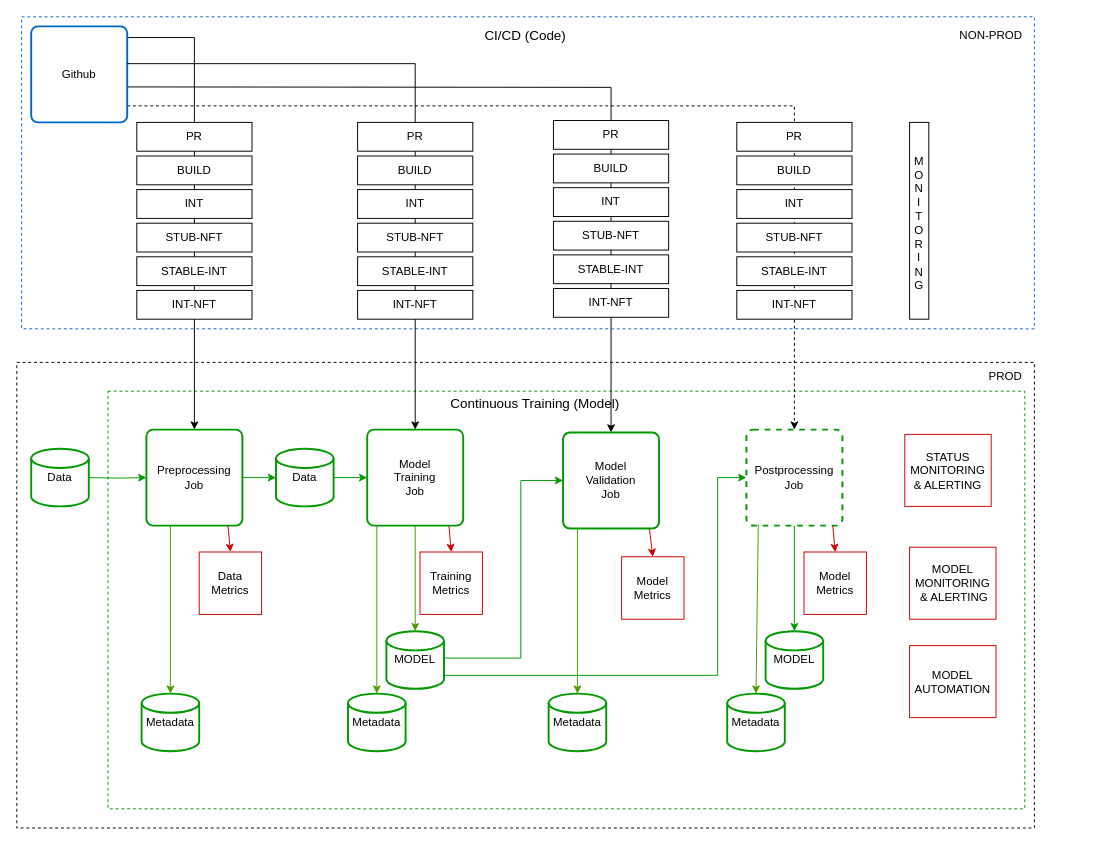
adriangay/my-drawio-diagrams keeps this draw.io diagram as mlops-concepts-cdct.drawio. Above is the earlier version. Source tidied: cells renumbered, new cells numbered last; positions are measured from the earlier drawing's top-left corner, leaving out a move shared by most shapes. Both pictures are drawn from the tidied source at 96%, with x=0, y=0 at pixel (16, 16).
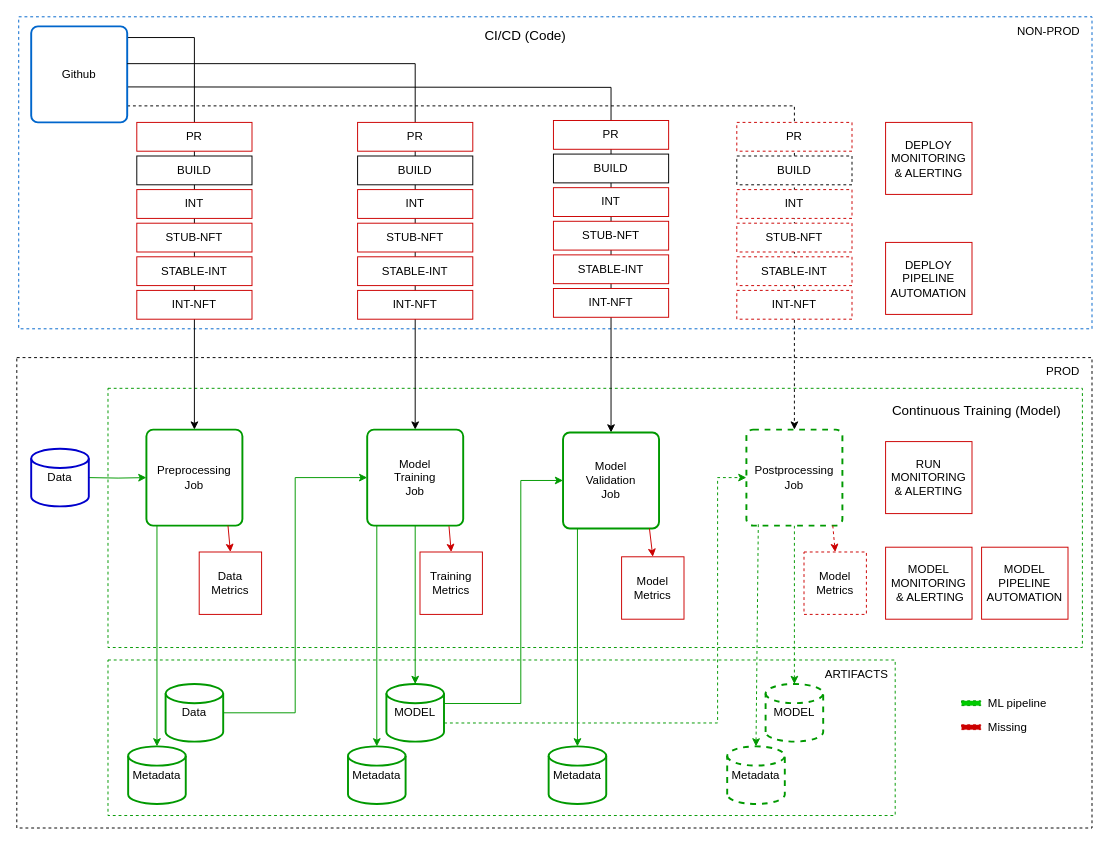
Above is the later version.

Unchanged cells that the change refers to:
```xml
<mxCell id="13" value="Preprocessing&lt;br&gt;Job" style="rounded=1;whiteSpace=wrap;html=1;absoluteArcSize=1;arcSize=14;strokeWidth=2;strokeColor=#009900;" parent="1" vertex="1">
  <mxGeometry x="135" y="430" width="100" height="100" as="geometry" />
</mxCell>
<mxCell id="16" value="Model&lt;br&gt;Training&lt;br&gt;Job" style="rounded=1;whiteSpace=wrap;html=1;absoluteArcSize=1;arcSize=14;strokeWidth=2;strokeColor=#009900;" parent="1" vertex="1">
  <mxGeometry x="365" y="430" width="100" height="100" as="geometry" />
</mxCell>
<mxCell id="17" value="Model&lt;br&gt;Validation&lt;br&gt;Job" style="rounded=1;whiteSpace=wrap;html=1;absoluteArcSize=1;arcSize=14;strokeWidth=2;strokeColor=#009900;" parent="1" vertex="1">
  <mxGeometry x="569" y="433" width="100" height="100" as="geometry" />
</mxCell>
<mxCell id="19" value="Postprocessing&lt;br&gt;Job" style="rounded=1;whiteSpace=wrap;html=1;absoluteArcSize=1;arcSize=14;strokeWidth=2;dashed=1;strokeColor=#009900;" parent="1" vertex="1">
  <mxGeometry x="760" y="430" width="100" height="100" as="geometry" />
</mxCell>
```

Change to the diagram source:
```diff
@@
     <mxCell id="2" style="rounded=0;whiteSpace=wrap;html=1;fillColor=none;dashed=1;" parent="1" vertex="1">
-      <mxGeometry y="360" width="1060" height="485" as="geometry" />
+      <mxGeometry y="355" width="1120" height="490" as="geometry" />
     </mxCell>
+    <mxCell id="74" style="rounded=0;whiteSpace=wrap;html=1;fillColor=none;dashed=1;strokeColor=#009900;" parent="1" vertex="1">
+      <mxGeometry x="95" y="670" width="820" height="162" as="geometry" />
+    </mxCell>
+    <mxCell id="7" style="rounded=0;whiteSpace=wrap;html=1;strokeColor=#0066CC;fillColor=none;dashed=1;" parent="1" vertex="1">
+      <mxGeometry x="2" width="1118" height="325" as="geometry" />
+    </mxCell>
     <mxCell id="3" style="rounded=0;whiteSpace=wrap;html=1;fillColor=none;dashed=1;strokeColor=#009900;" parent="1" vertex="1">
-      <mxGeometry x="95" y="390" width="955" height="435" as="geometry" />
+      <mxGeometry x="95" y="387" width="1015" height="270" as="geometry" />
     </mxCell>
     <mxCell id="4" value="&lt;span style=&quot;white-space: normal&quot;&gt;MODEL&lt;/span&gt;&lt;br style=&quot;white-space: normal&quot;&gt;&lt;span style=&quot;white-space: normal&quot;&gt;MONITORING&lt;/span&gt;&lt;br style=&quot;white-space: normal&quot;&gt;&lt;span style=&quot;white-space: normal&quot;&gt;&amp;nbsp;&amp;amp; ALERTING&lt;/span&gt;" style="rounded=0;whiteSpace=wrap;html=1;strokeColor=#CC0000;" parent="1" vertex="1">
-      <mxGeometry x="930" y="552.5" width="90" height="75" as="geometry" />
+      <mxGeometry x="905" y="552.5" width="90" height="75" as="geometry" />
     </mxCell>
-    <mxCell id="5" value="M&lt;br&gt;O&lt;br&gt;N&lt;br&gt;I&lt;br&gt;T&lt;br&gt;O&lt;br&gt;R&lt;br&gt;I&lt;br&gt;N&lt;br&gt;G" style="text;html=1;strokeColor=none;fillColor=none;align=center;verticalAlign=middle;whiteSpace=wrap;rounded=0;" parent="1" vertex="1">
-      <mxGeometry x="930" y="110" width="20" height="210" as="geometry" />
-    </mxCell>
@@
-    <mxCell id="7" style="rounded=0;whiteSpace=wrap;html=1;strokeColor=#0066CC;fillColor=none;dashed=1;" parent="1" vertex="1">
-      <mxGeometry x="5" width="1055" height="325" as="geometry" />
-    </mxCell>
@@
-    <mxCell id="12" style="edgeStyle=orthogonalEdgeStyle;rounded=0;jettySize=auto;html=1;exitX=1;exitY=0.5;exitDx=0;exitDy=0;entryX=0;entryY=0.5;entryDx=0;entryDy=0;strokeColor=#009900;entryPerimeter=0;" parent="1" edge="1" source="13" target="48">
-      <mxGeometry relative="1" as="geometry" />
-    </mxCell>
@@
-    <mxCell id="15" style="edgeStyle=orthogonalEdgeStyle;rounded=0;jettySize=auto;html=1;exitX=0.5;exitY=1;exitDx=0;exitDy=0;entryX=0.5;entryY=0;entryDx=0;entryDy=0;entryPerimeter=0;startArrow=none;startFill=0;endArrow=classic;endFill=1;strokeColor=#4D9900;" parent="1" edge="1" source="16" target="51">
+    <mxCell id="15" style="edgeStyle=orthogonalEdgeStyle;rounded=0;jettySize=auto;html=1;exitX=0.5;exitY=1;exitDx=0;exitDy=0;entryX=0.5;entryY=0;entryDx=0;entryDy=0;entryPerimeter=0;startArrow=none;startFill=0;endArrow=classic;endFill=1;strokeColor=#009900;" parent="1" edge="1" source="16" target="51">
       <mxGeometry relative="1" as="geometry" />
     </mxCell>
@@
-    <mxCell id="18" style="edgeStyle=orthogonalEdgeStyle;rounded=0;jettySize=auto;html=1;exitX=0.5;exitY=1;exitDx=0;exitDy=0;entryX=0.5;entryY=0;entryDx=0;entryDy=0;strokeColor=#009900;entryPerimeter=0;" parent="1" edge="1" source="19" target="50">
+    <mxCell id="18" style="edgeStyle=orthogonalEdgeStyle;rounded=0;jettySize=auto;html=1;exitX=0.5;exitY=1;exitDx=0;exitDy=0;entryX=0.5;entryY=0;entryDx=0;entryDy=0;strokeColor=#009900;entryPerimeter=0;dashed=1;" parent="1" edge="1" source="19" target="50">
       <mxGeometry relative="1" as="geometry" />
     </mxCell>
@@
-    <mxCell id="20" value="Data" style="strokeWidth=2;html=1;shape=mxgraph.flowchart.database;whiteSpace=wrap;strokeColor=#009900;" parent="1" vertex="1">
+    <mxCell id="20" value="Data" style="strokeWidth=2;html=1;shape=mxgraph.flowchart.database;whiteSpace=wrap;strokeColor=#0000CC;" parent="1" vertex="1">
       <mxGeometry x="15" y="450" width="60" height="60" as="geometry" />
     </mxCell>
@@
     <mxCell id="22" value="&lt;font style=&quot;font-size: 14px&quot;&gt;Continuous Training (Model)&lt;/font&gt;" style="text;html=1;strokeColor=none;fillColor=none;align=center;verticalAlign=middle;whiteSpace=wrap;rounded=0;" parent="1" vertex="1">
-      <mxGeometry x="440" y="393" width="200" height="20" as="geometry" />
+      <mxGeometry x="900" y="400" width="200" height="20" as="geometry" />
     </mxCell>
-    <mxCell id="23" value="INT" style="rounded=0;whiteSpace=wrap;html=1;" parent="1" vertex="1">
+    <mxCell id="23" value="INT" style="rounded=0;whiteSpace=wrap;html=1;strokeColor=#CC0000;" parent="1" vertex="1">
       <mxGeometry x="125" y="180" width="120" height="30" as="geometry" />
     </mxCell>
-    <mxCell id="24" value="PR" style="rounded=0;whiteSpace=wrap;html=1;" parent="1" vertex="1">
+    <mxCell id="24" value="PR" style="rounded=0;whiteSpace=wrap;html=1;strokeColor=#CC0000;" parent="1" vertex="1">
       <mxGeometry x="125" y="110" width="120" height="30" as="geometry" />
     </mxCell>
@@
-    <mxCell id="26" value="STUB-NFT" style="rounded=0;whiteSpace=wrap;html=1;" parent="1" vertex="1">
+    <mxCell id="26" value="STUB-NFT" style="rounded=0;whiteSpace=wrap;html=1;strokeColor=#CC0000;" parent="1" vertex="1">
       <mxGeometry x="125" y="215" width="120" height="30" as="geometry" />
     </mxCell>
-    <mxCell id="27" value="STABLE-INT" style="rounded=0;whiteSpace=wrap;html=1;" parent="1" vertex="1">
+    <mxCell id="27" value="STABLE-INT" style="rounded=0;whiteSpace=wrap;html=1;strokeColor=#CC0000;" parent="1" vertex="1">
       <mxGeometry x="125" y="250" width="120" height="30" as="geometry" />
     </mxCell>
     <mxCell id="28" value="PROD" style="text;html=1;strokeColor=none;fillColor=none;align=center;verticalAlign=middle;whiteSpace=wrap;rounded=0;" parent="1" vertex="1">
-      <mxGeometry x="1010" y="365" width="40" height="20" as="geometry" />
+      <mxGeometry x="1070" y="360" width="40" height="20" as="geometry" />
     </mxCell>
-    <mxCell id="29" value="INT-NFT" style="rounded=0;whiteSpace=wrap;html=1;" parent="1" vertex="1">
+    <mxCell id="29" value="INT-NFT" style="rounded=0;whiteSpace=wrap;html=1;strokeColor=#CC0000;" parent="1" vertex="1">
       <mxGeometry x="125" y="285" width="120" height="30" as="geometry" />
     </mxCell>
-    <mxCell id="30" value="INT" style="rounded=0;whiteSpace=wrap;html=1;" parent="1" vertex="1">
+    <mxCell id="30" value="INT" style="rounded=0;whiteSpace=wrap;html=1;strokeColor=#CC0000;" parent="1" vertex="1">
       <mxGeometry x="355" y="180" width="120" height="30" as="geometry" />
     </mxCell>
-    <mxCell id="31" value="PR" style="rounded=0;whiteSpace=wrap;html=1;" parent="1" vertex="1">
+    <mxCell id="31" value="PR" style="rounded=0;whiteSpace=wrap;html=1;strokeColor=#CC0000;" parent="1" vertex="1">
       <mxGeometry x="355" y="110" width="120" height="30" as="geometry" />
     </mxCell>
@@
-    <mxCell id="33" value="STUB-NFT" style="rounded=0;whiteSpace=wrap;html=1;" parent="1" vertex="1">
+    <mxCell id="33" value="STUB-NFT" style="rounded=0;whiteSpace=wrap;html=1;strokeColor=#CC0000;" parent="1" vertex="1">
       <mxGeometry x="355" y="215" width="120" height="30" as="geometry" />
     </mxCell>
-    <mxCell id="34" value="STABLE-INT" style="rounded=0;whiteSpace=wrap;html=1;" parent="1" vertex="1">
+    <mxCell id="34" value="STABLE-INT" style="rounded=0;whiteSpace=wrap;html=1;strokeColor=#CC0000;" parent="1" vertex="1">
       <mxGeometry x="355" y="250" width="120" height="30" as="geometry" />
     </mxCell>
-    <mxCell id="35" value="INT-NFT" style="rounded=0;whiteSpace=wrap;html=1;" parent="1" vertex="1">
+    <mxCell id="35" value="INT-NFT" style="rounded=0;whiteSpace=wrap;html=1;strokeColor=#CC0000;" parent="1" vertex="1">
       <mxGeometry x="355" y="285" width="120" height="30" as="geometry" />
     </mxCell>
-    <mxCell id="36" value="INT" style="rounded=0;whiteSpace=wrap;html=1;" parent="1" vertex="1">
+    <mxCell id="36" value="INT" style="rounded=0;whiteSpace=wrap;html=1;strokeColor=#CC0000;" parent="1" vertex="1">
       <mxGeometry x="559" y="178" width="120" height="30" as="geometry" />
     </mxCell>
-    <mxCell id="37" value="PR" style="rounded=0;whiteSpace=wrap;html=1;" parent="1" vertex="1">
+    <mxCell id="37" value="PR" style="rounded=0;whiteSpace=wrap;html=1;strokeColor=#CC0000;" parent="1" vertex="1">
       <mxGeometry x="559" y="108" width="120" height="30" as="geometry" />
     </mxCell>
@@
-    <mxCell id="39" value="STUB-NFT" style="rounded=0;whiteSpace=wrap;html=1;" parent="1" vertex="1">
+    <mxCell id="39" value="STUB-NFT" style="rounded=0;whiteSpace=wrap;html=1;strokeColor=#CC0000;" parent="1" vertex="1">
       <mxGeometry x="559" y="213" width="120" height="30" as="geometry" />
     </mxCell>
-    <mxCell id="40" value="STABLE-INT" style="rounded=0;whiteSpace=wrap;html=1;" parent="1" vertex="1">
+    <mxCell id="40" value="STABLE-INT" style="rounded=0;whiteSpace=wrap;html=1;strokeColor=#CC0000;" parent="1" vertex="1">
       <mxGeometry x="559" y="248" width="120" height="30" as="geometry" />
     </mxCell>
-    <mxCell id="41" value="INT-NFT" style="rounded=0;whiteSpace=wrap;html=1;" parent="1" vertex="1">
+    <mxCell id="41" value="INT-NFT" style="rounded=0;whiteSpace=wrap;html=1;strokeColor=#CC0000;" parent="1" vertex="1">
       <mxGeometry x="559" y="283" width="120" height="30" as="geometry" />
     </mxCell>
-    <mxCell id="42" value="INT" style="rounded=0;whiteSpace=wrap;html=1;" parent="1" vertex="1">
+    <mxCell id="42" value="INT" style="rounded=0;whiteSpace=wrap;html=1;strokeColor=#CC0000;dashed=1;" parent="1" vertex="1">
       <mxGeometry x="750" y="180" width="120" height="30" as="geometry" />
     </mxCell>
-    <mxCell id="43" value="PR" style="rounded=0;whiteSpace=wrap;html=1;" parent="1" vertex="1">
+    <mxCell id="43" value="PR" style="rounded=0;whiteSpace=wrap;html=1;strokeColor=#CC0000;dashed=1;" parent="1" vertex="1">
       <mxGeometry x="750" y="110" width="120" height="30" as="geometry" />
     </mxCell>
-    <mxCell id="44" value="BUILD" style="rounded=0;whiteSpace=wrap;html=1;" parent="1" vertex="1">
+    <mxCell id="44" value="BUILD" style="rounded=0;whiteSpace=wrap;html=1;dashed=1;" parent="1" vertex="1">
       <mxGeometry x="750" y="145" width="120" height="30" as="geometry" />
     </mxCell>
-    <mxCell id="45" value="STUB-NFT" style="rounded=0;whiteSpace=wrap;html=1;" parent="1" vertex="1">
+    <mxCell id="45" value="STUB-NFT" style="rounded=0;whiteSpace=wrap;html=1;strokeColor=#CC0000;dashed=1;" parent="1" vertex="1">
       <mxGeometry x="750" y="215" width="120" height="30" as="geometry" />
     </mxCell>
-    <mxCell id="46" value="STABLE-INT" style="rounded=0;whiteSpace=wrap;html=1;" parent="1" vertex="1">
+    <mxCell id="46" value="STABLE-INT" style="rounded=0;whiteSpace=wrap;html=1;strokeColor=#CC0000;dashed=1;" parent="1" vertex="1">
       <mxGeometry x="750" y="250" width="120" height="30" as="geometry" />
     </mxCell>
-    <mxCell id="47" value="INT-NFT" style="rounded=0;whiteSpace=wrap;html=1;" parent="1" vertex="1">
+    <mxCell id="47" value="INT-NFT" style="rounded=0;whiteSpace=wrap;html=1;strokeColor=#CC0000;dashed=1;" parent="1" vertex="1">
       <mxGeometry x="750" y="285" width="120" height="30" as="geometry" />
     </mxCell>
     <mxCell id="48" value="Data" style="strokeWidth=2;html=1;shape=mxgraph.flowchart.database;whiteSpace=wrap;strokeColor=#009900;" parent="1" vertex="1">
-      <mxGeometry x="270" y="450" width="60" height="60" as="geometry" />
+      <mxGeometry x="155" y="695" width="60" height="60" as="geometry" />
     </mxCell>
@@
-    <mxCell id="50" value="MODEL" style="strokeWidth=2;html=1;shape=mxgraph.flowchart.database;whiteSpace=wrap;strokeColor=#009900;" parent="1" vertex="1">
-      <mxGeometry x="780" y="640" width="60" height="60" as="geometry" />
+    <mxCell id="50" value="MODEL" style="strokeWidth=2;html=1;shape=mxgraph.flowchart.database;whiteSpace=wrap;strokeColor=#009900;dashed=1;" parent="1" vertex="1">
+      <mxGeometry x="780" y="695" width="60" height="60" as="geometry" />
     </mxCell>
     <mxCell id="51" value="MODEL" style="strokeWidth=2;html=1;shape=mxgraph.flowchart.database;whiteSpace=wrap;strokeColor=#009900;" parent="1" vertex="1">
-      <mxGeometry x="385" y="640" width="60" height="60" as="geometry" />
+      <mxGeometry x="385" y="695" width="60" height="60" as="geometry" />
     </mxCell>
-    <mxCell id="52" style="edgeStyle=orthogonalEdgeStyle;rounded=0;jettySize=auto;html=1;exitX=0;exitY=0.5;exitDx=0;exitDy=0;strokeColor=#009900;startArrow=classic;startFill=1;endArrow=none;endFill=0;" parent="1" edge="1" source="17">
+    <mxCell id="52" style="edgeStyle=orthogonalEdgeStyle;rounded=0;jettySize=auto;html=1;exitX=0;exitY=0.5;exitDx=0;exitDy=0;strokeColor=#009900;startArrow=classic;startFill=1;endArrow=none;endFill=0;entryX=0.997;entryY=0.339;entryDx=0;entryDy=0;entryPerimeter=0;" parent="1" edge="1" source="17" target="51">
       <mxGeometry relative="1" as="geometry">
-        <mxPoint x="445" y="668" as="targetPoint" />
         <Array as="points">
           <mxPoint x="525" y="483" />
-          <mxPoint x="525" y="668" />
+          <mxPoint x="525" y="715" />
         </Array>
       </mxGeometry>
     </mxCell>
-    <mxCell id="53" style="rounded=0;whiteSpace=wrap;html=1;fillColor=none;" parent="1" vertex="1">
-      <mxGeometry x="930" y="110" width="20" height="205" as="geometry" />
-    </mxCell>
-    <mxCell id="54" style="edgeStyle=orthogonalEdgeStyle;rounded=0;jettySize=auto;html=1;exitX=1.003;exitY=0.677;exitDx=0;exitDy=0;strokeColor=#009900;entryX=0;entryY=0.5;entryDx=0;entryDy=0;exitPerimeter=0;" parent="1" edge="1" source="51" target="19">
+    <mxCell id="54" style="edgeStyle=orthogonalEdgeStyle;rounded=0;jettySize=auto;html=1;exitX=1.003;exitY=0.677;exitDx=0;exitDy=0;strokeColor=#009900;entryX=0;entryY=0.5;entryDx=0;entryDy=0;exitPerimeter=0;dashed=1;" parent="1" edge="1" source="51" target="19">
       <mxGeometry relative="1" as="geometry">
         <Array as="points">
-          <mxPoint x="445" y="686" />
-          <mxPoint x="730" y="686" />
+          <mxPoint x="730" y="736" />
           <mxPoint x="730" y="480" />
         </Array>
       </mxGeometry>
     </mxCell>
-    <mxCell id="55" value="STATUS&lt;br&gt;MONITORING&lt;br&gt;&amp;amp; ALERTING" style="rounded=0;whiteSpace=wrap;html=1;strokeColor=#CC0000;" parent="1" vertex="1">
-      <mxGeometry x="925" y="435" width="90" height="75" as="geometry" />
+    <mxCell id="55" value="RUN&lt;br&gt;MONITORING&lt;br&gt;&amp;amp; ALERTING" style="rounded=0;whiteSpace=wrap;html=1;strokeColor=#CC0000;" parent="1" vertex="1">
+      <mxGeometry x="905" y="442.5" width="90" height="75" as="geometry" />
     </mxCell>
-    <mxCell id="56" value="Model&lt;br&gt;Metrics" style="whiteSpace=wrap;html=1;strokeColor=#CC0000;" parent="1" vertex="1">
+    <mxCell id="56" value="Model&lt;br&gt;Metrics" style="whiteSpace=wrap;html=1;strokeColor=#CC0000;dashed=1;" parent="1" vertex="1">
       <mxGeometry x="820" y="557.5" width="65" height="65" as="geometry" />
     </mxCell>
-    <mxCell id="57" style="endArrow=classic;html=1;entryX=0.5;entryY=0;entryDx=0;entryDy=0;strokeColor=#CC0000;exitX=0.75;exitY=1;exitDx=0;exitDy=0;" parent="1" edge="1" target="56">
+    <mxCell id="57" style="endArrow=classic;html=1;entryX=0.5;entryY=0;entryDx=0;entryDy=0;strokeColor=#CC0000;exitX=0.75;exitY=1;exitDx=0;exitDy=0;dashed=1;" parent="1" edge="1" target="56">
       <mxGeometry relative="1" as="geometry">
         <mxPoint x="850" y="530" as="sourcePoint" />
       </mxGeometry>
     </mxCell>
@@
     <mxCell id="64" value="Metadata" style="strokeWidth=2;html=1;shape=mxgraph.flowchart.database;whiteSpace=wrap;strokeColor=#009900;" parent="1" vertex="1">
-      <mxGeometry x="130" y="705" width="60" height="60" as="geometry" />
+      <mxGeometry x="116" y="760" width="60" height="60" as="geometry" />
     </mxCell>
     <mxCell id="65" value="Metadata" style="strokeWidth=2;html=1;shape=mxgraph.flowchart.database;whiteSpace=wrap;strokeColor=#009900;" parent="1" vertex="1">
-      <mxGeometry x="345" y="705" width="60" height="60" as="geometry" />
+      <mxGeometry x="345" y="760" width="60" height="60" as="geometry" />
     </mxCell>
     <mxCell id="66" value="Metadata" style="strokeWidth=2;html=1;shape=mxgraph.flowchart.database;whiteSpace=wrap;strokeColor=#009900;" parent="1" vertex="1">
-      <mxGeometry x="554" y="705" width="60" height="60" as="geometry" />
+      <mxGeometry x="554" y="760" width="60" height="60" as="geometry" />
     </mxCell>
-    <mxCell id="67" value="Metadata" style="strokeWidth=2;html=1;shape=mxgraph.flowchart.database;whiteSpace=wrap;strokeColor=#009900;" parent="1" vertex="1">
-      <mxGeometry x="740" y="705" width="60" height="60" as="geometry" />
+    <mxCell id="67" value="Metadata" style="strokeWidth=2;html=1;shape=mxgraph.flowchart.database;whiteSpace=wrap;strokeColor=#009900;dashed=1;" parent="1" vertex="1">
+      <mxGeometry x="740" y="760" width="60" height="60" as="geometry" />
     </mxCell>
-    <mxCell id="68" style="endArrow=none;html=1;strokeColor=#4D9900;entryX=0.25;entryY=1;entryDx=0;entryDy=0;exitX=0.5;exitY=0;exitDx=0;exitDy=0;exitPerimeter=0;startArrow=classic;startFill=1;endFill=0;" parent="1" edge="1" source="64" target="13">
-      <mxGeometry relative="1" as="geometry" />
+    <mxCell id="68" style="endArrow=none;html=1;strokeColor=#009900;exitX=0.5;exitY=0;exitDx=0;exitDy=0;exitPerimeter=0;startArrow=classic;startFill=1;endFill=0;" parent="1" edge="1" source="64">
+      <mxGeometry relative="1" as="geometry">
+        <mxPoint x="146" y="530" as="targetPoint" />
+      </mxGeometry>
     </mxCell>
-    <mxCell id="69" style="endArrow=classic;html=1;strokeColor=#4D9900;entryX=0.5;entryY=0;entryDx=0;entryDy=0;entryPerimeter=0;" parent="1" edge="1" target="65">
+    <mxCell id="69" style="endArrow=classic;html=1;strokeColor=#009900;entryX=0.5;entryY=0;entryDx=0;entryDy=0;entryPerimeter=0;" parent="1" edge="1" target="65">
       <mxGeometry relative="1" as="geometry">
         <mxPoint x="375" y="530" as="sourcePoint" />
       </mxGeometry>
     </mxCell>
-    <mxCell id="70" style="endArrow=classic;html=1;strokeColor=#4D9900;entryX=0.5;entryY=0;entryDx=0;entryDy=0;entryPerimeter=0;" parent="1" edge="1" target="66">
+    <mxCell id="70" style="endArrow=classic;html=1;strokeColor=#009900;entryX=0.5;entryY=0;entryDx=0;entryDy=0;entryPerimeter=0;" parent="1" edge="1" target="66">
       <mxGeometry relative="1" as="geometry">
         <mxPoint x="584" y="533" as="sourcePoint" />
       </mxGeometry>
     </mxCell>
-    <mxCell id="71" style="endArrow=classic;html=1;strokeColor=#4D9900;exitX=0.124;exitY=0.986;exitDx=0;exitDy=0;exitPerimeter=0;entryX=0.5;entryY=0;entryDx=0;entryDy=0;entryPerimeter=0;" parent="1" edge="1" source="19" target="67">
+    <mxCell id="71" style="endArrow=classic;html=1;strokeColor=#009900;exitX=0.124;exitY=0.986;exitDx=0;exitDy=0;exitPerimeter=0;entryX=0.5;entryY=0;entryDx=0;entryDy=0;entryPerimeter=0;dashed=1;" parent="1" edge="1" source="19" target="67">
       <mxGeometry relative="1" as="geometry" />
     </mxCell>
-    <mxCell id="72" value="MODEL&lt;br&gt;AUTOMATION" style="rounded=0;whiteSpace=wrap;html=1;strokeColor=#CC0000;" parent="1" vertex="1">
-      <mxGeometry x="930" y="655" width="90" height="75" as="geometry" />
+    <mxCell id="72" value="MODEL&lt;br&gt;PIPELINE&lt;br&gt;AUTOMATION" style="rounded=0;whiteSpace=wrap;html=1;strokeColor=#CC0000;" parent="1" vertex="1">
+      <mxGeometry x="1005" y="552.5" width="90" height="75" as="geometry" />
     </mxCell>
     <mxCell id="73" value="NON-PROD" style="text;html=1;strokeColor=none;fillColor=none;align=center;verticalAlign=middle;whiteSpace=wrap;rounded=0;" parent="1" vertex="1">
-      <mxGeometry x="980" y="10" width="70" height="20" as="geometry" />
+      <mxGeometry x="1040" y="5" width="70" height="20" as="geometry" />
     </mxCell>
+    <mxCell id="75" value="DEPLOY&lt;br&gt;MONITORING&lt;br&gt;&amp;amp; ALERTING" style="rounded=0;whiteSpace=wrap;html=1;strokeColor=#CC0000;" parent="1" vertex="1">
+      <mxGeometry x="905" y="110" width="90" height="75" as="geometry" />
+    </mxCell>
+    <mxCell id="76" value="DEPLOY&lt;br&gt;PIPELINE&lt;br&gt;AUTOMATION" style="rounded=0;whiteSpace=wrap;html=1;strokeColor=#CC0000;" parent="1" vertex="1">
+      <mxGeometry x="905" y="235" width="90" height="75" as="geometry" />
+    </mxCell>
+    <mxCell id="77" value="ARTIFACTS" style="text;html=1;strokeColor=none;fillColor=none;align=center;verticalAlign=middle;whiteSpace=wrap;rounded=0;dashed=1;" parent="1" vertex="1">
+      <mxGeometry x="845" y="675" width="60" height="20" as="geometry" />
+    </mxCell>
+    <mxCell id="78" value="Missing" style="text;html=1;strokeColor=none;fillColor=none;align=left;verticalAlign=middle;whiteSpace=wrap;rounded=0;dashed=1;" parent="1" vertex="1">
+      <mxGeometry x="1010" y="730" width="40" height="20" as="geometry" />
+    </mxCell>
+    <mxCell id="79" value="ML pipeline" style="text;html=1;strokeColor=none;fillColor=none;align=left;verticalAlign=middle;whiteSpace=wrap;rounded=0;dashed=1;" parent="1" vertex="1">
+      <mxGeometry x="1010" y="705" width="80" height="20" as="geometry" />
+    </mxCell>
+    <mxCell id="80" style="rounded=0;whiteSpace=wrap;html=1;dashed=1;strokeColor=#CC0000;align=left;fillColor=#CC0000;" parent="1" vertex="1">
+      <mxGeometry x="984.1" y="737.5" width="20" height="5" as="geometry" />
+    </mxCell>
+    <mxCell id="81" style="rounded=0;whiteSpace=wrap;html=1;dashed=1;strokeColor=#009900;align=left;fillColor=#00CC00;" parent="1" vertex="1">
+      <mxGeometry x="984.1" y="712.5" width="20" height="5" as="geometry" />
+    </mxCell>
```
